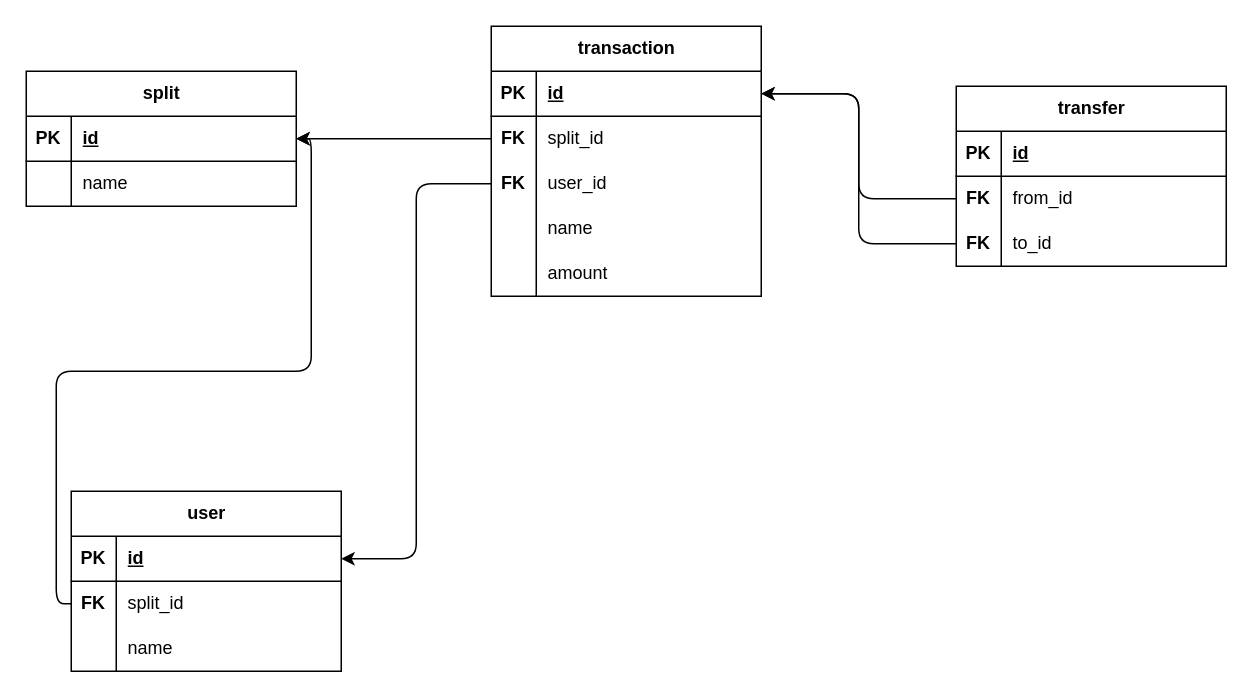
The draw.io diagram backend/ERM.drawio in philippderroole/Splittery, before the edit. Source tidied: cells renumbered, new cells numbered last; positions are measured from the earlier drawing's top-left corner, leaving out a move shared by most shapes. Both pictures are drawn from the tidied source at 150%, with x=0, y=0 at pixel (26, 26).
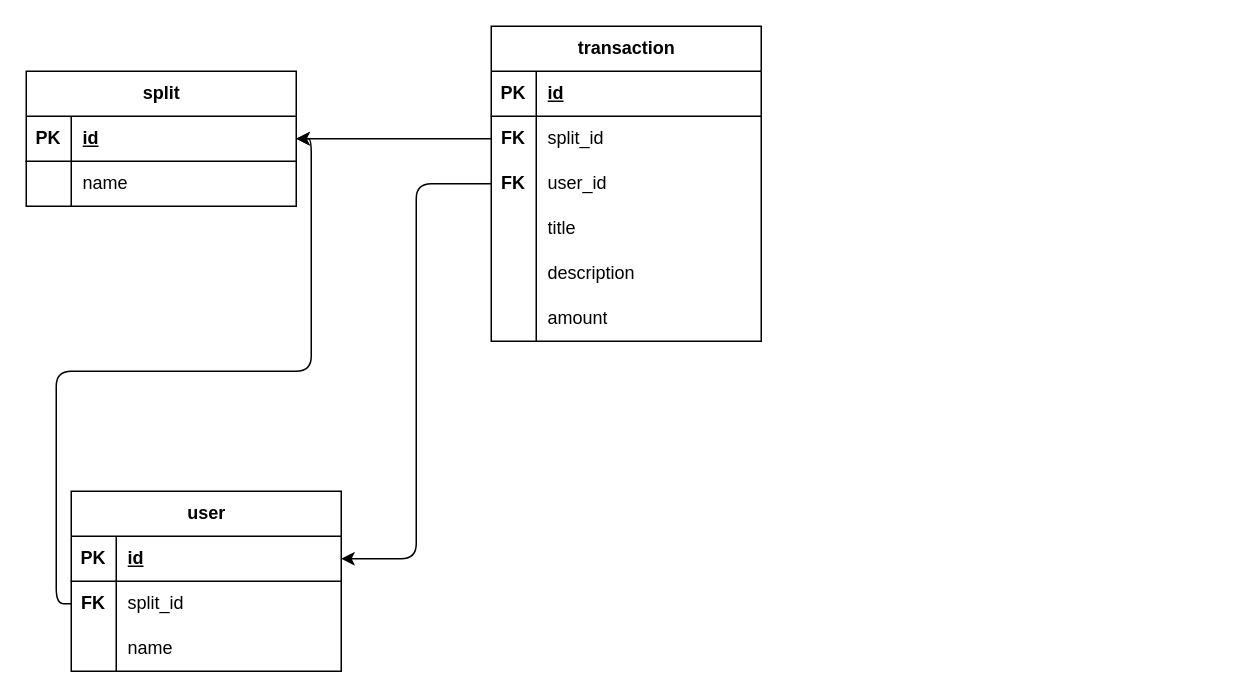
The same page after the edit.

The change refers to these unchanged cells:
```xml
<mxCell id="10" style="shape=tableRow;horizontal=0;startSize=0;swimlaneHead=0;swimlaneBody=0;fillColor=none;points=[[0,0.5],[1,0.5]];portConstraint=eastwest;top=0;left=0;right=0;bottom=1;" parent="9" vertex="1">
  <mxGeometry y="30" width="180" height="30" as="geometry" />
</mxCell>
<mxCell id="19" style="shape=tableRow;horizontal=0;startSize=0;swimlaneHead=0;swimlaneBody=0;fillColor=none;top=0;left=0;right=0;bottom=0;" parent="9" vertex="1">
  <mxGeometry y="120" width="180" height="30" as="geometry" />
</mxCell>
```

Change to the diagram source:
```diff
@@
     <mxCell id="9" value="transaction" style="shape=table;startSize=30;childLayout=tableLayout;rowLines=0;fontStyle=1;align=center;html=1;" parent="1" vertex="1">
-      <mxGeometry x="310" width="180" height="180" as="geometry" />
+      <mxGeometry x="310" width="180" height="210" as="geometry" />
     </mxCell>
@@
-    <mxCell id="21" value="name" style="shape=partialRectangle;fillColor=none;top=0;left=0;bottom=0;right=0;align=left;spacingLeft=6;overflow=hidden;whiteSpace=wrap;html=1;" parent="19" vertex="1">
+    <mxCell id="21" value="title" style="shape=partialRectangle;fillColor=none;top=0;left=0;bottom=0;right=0;align=left;spacingLeft=6;overflow=hidden;whiteSpace=wrap;html=1;" parent="19" vertex="1">
       <mxGeometry x="30" width="150" height="30" as="geometry" />
     </mxCell>
+    <mxCell id="49" style="shape=tableRow;horizontal=0;startSize=0;swimlaneHead=0;swimlaneBody=0;fillColor=none;top=0;left=0;right=0;bottom=0;" parent="9" vertex="1">
+      <mxGeometry y="150" width="180" height="30" as="geometry" />
+    </mxCell>
+    <mxCell id="50" style="shape=partialRectangle;fillColor=none;top=0;left=0;bottom=0;right=0;overflow=hidden;whiteSpace=wrap;html=1;" parent="49" vertex="1">
+      <mxGeometry width="30" height="30" as="geometry" />
+    </mxCell>
+    <mxCell id="51" value="description" style="shape=partialRectangle;fillColor=none;top=0;left=0;bottom=0;right=0;align=left;spacingLeft=6;overflow=hidden;whiteSpace=wrap;html=1;" parent="49" vertex="1">
+      <mxGeometry x="30" width="150" height="30" as="geometry" />
+    </mxCell>
     <mxCell id="22" style="shape=tableRow;horizontal=0;startSize=0;swimlaneHead=0;swimlaneBody=0;fillColor=none;top=0;left=0;right=0;bottom=0;" parent="9" vertex="1">
-      <mxGeometry y="150" width="180" height="30" as="geometry" />
+      <mxGeometry y="180" width="180" height="30" as="geometry" />
     </mxCell>
@@
-    <mxCell id="38" value="transfer" style="shape=table;startSize=30;childLayout=tableLayout;rowLines=0;fontStyle=1;align=center;html=1;" parent="1" vertex="1">
-      <mxGeometry x="620" y="40" width="180" height="120" as="geometry" />
-    </mxCell>
-    <mxCell id="39" style="shape=tableRow;horizontal=0;startSize=0;swimlaneHead=0;swimlaneBody=0;fillColor=none;top=0;left=0;right=0;bottom=1;" parent="38" vertex="1">
-      <mxGeometry y="30" width="180" height="30" as="geometry" />
-    </mxCell>
-    <mxCell id="40" value="PK" style="shape=partialRectangle;fillColor=none;top=0;left=0;bottom=0;right=0;fontStyle=1;overflow=hidden;whiteSpace=wrap;html=1;" parent="39" vertex="1">
-      <mxGeometry width="30" height="30" as="geometry" />
-    </mxCell>
-    <mxCell id="41" value="id" style="shape=partialRectangle;fillColor=none;top=0;left=0;bottom=0;right=0;align=left;spacingLeft=6;fontStyle=5;overflow=hidden;whiteSpace=wrap;html=1;" parent="39" vertex="1">
-      <mxGeometry x="30" width="150" height="30" as="geometry" />
-    </mxCell>
-    <mxCell id="42" style="shape=tableRow;horizontal=0;startSize=0;swimlaneHead=0;swimlaneBody=0;fillColor=none;points=[[0,0.5],[1,0.5]];portConstraint=eastwest;top=0;left=0;right=0;bottom=0;" parent="38" vertex="1">
-      <mxGeometry y="60" width="180" height="30" as="geometry" />
-    </mxCell>
-    <mxCell id="43" value="&lt;b&gt;FK&lt;/b&gt;" style="shape=partialRectangle;fillColor=none;top=0;left=0;bottom=0;right=0;overflow=hidden;whiteSpace=wrap;html=1;" parent="42" vertex="1">
-      <mxGeometry width="30" height="30" as="geometry" />
-    </mxCell>
-    <mxCell id="44" value="from_id" style="shape=partialRectangle;fillColor=none;top=0;left=0;bottom=0;right=0;align=left;spacingLeft=6;overflow=hidden;whiteSpace=wrap;html=1;" parent="42" vertex="1">
-      <mxGeometry x="30" width="150" height="30" as="geometry" />
-    </mxCell>
-    <mxCell id="45" style="shape=tableRow;horizontal=0;startSize=0;swimlaneHead=0;swimlaneBody=0;fillColor=none;points=[[0,0.5],[1,0.5]];portConstraint=eastwest;top=0;left=0;right=0;bottom=0;" parent="38" vertex="1">
-      <mxGeometry y="90" width="180" height="30" as="geometry" />
-    </mxCell>
-    <mxCell id="46" value="&lt;b&gt;FK&lt;/b&gt;" style="shape=partialRectangle;fillColor=none;top=0;left=0;bottom=0;right=0;overflow=hidden;whiteSpace=wrap;html=1;" parent="45" vertex="1">
-      <mxGeometry width="30" height="30" as="geometry" />
-    </mxCell>
-    <mxCell id="47" value="to_id" style="shape=partialRectangle;fillColor=none;top=0;left=0;bottom=0;right=0;align=left;spacingLeft=6;overflow=hidden;whiteSpace=wrap;html=1;" parent="45" vertex="1">
-      <mxGeometry x="30" width="150" height="30" as="geometry" />
-    </mxCell>
-    <mxCell id="48" style="edgeStyle=orthogonalEdgeStyle;html=1;" parent="1" edge="1" source="42" target="10">
-      <mxGeometry relative="1" as="geometry" />
-    </mxCell>
-    <mxCell id="49" style="edgeStyle=orthogonalEdgeStyle;html=1;entryX=1;entryY=0.5;entryDx=0;entryDy=0;" parent="1" edge="1" source="45" target="10">
-      <mxGeometry relative="1" as="geometry" />
-    </mxCell>
```
